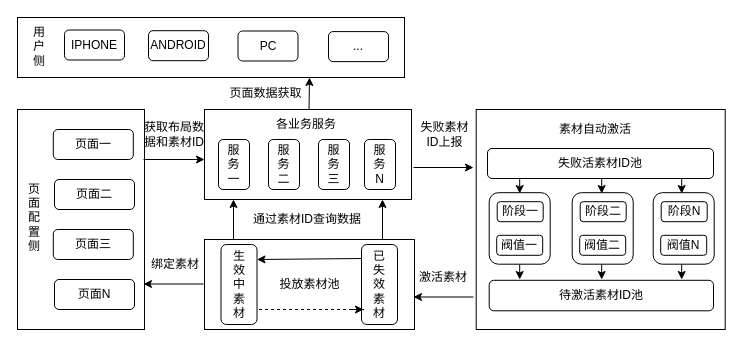
Earlier version of the draw.io diagram page "第 2 页" (2 of 3) of 自动激活方案.drawio (wushenchao/dro). Source tidied: cells renumbered, new cells numbered last; positions are measured from the earlier drawing's top-left corner, leaving out a move shared by most shapes. Both pictures are drawn from the tidied source at 100%, with x=0, y=0 at pixel (17, 17).
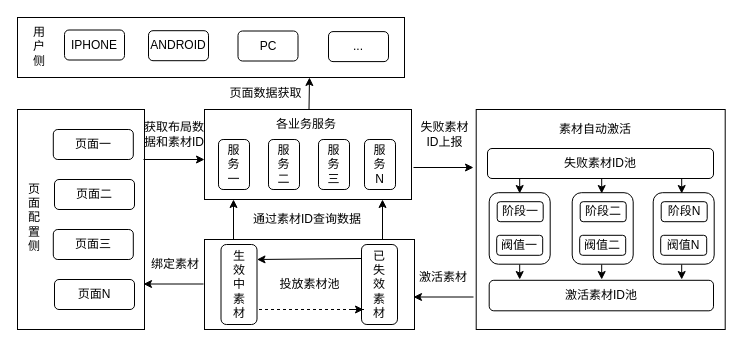
Above is the later version.

What changed in the source:
```diff
@@
-    <mxCell id="37" value="待激活素材ID池" style="rounded=1;whiteSpace=wrap;html=1;" parent="1" vertex="1">
+    <mxCell id="37" value="激活素材ID池" style="rounded=1;whiteSpace=wrap;html=1;" parent="1" vertex="1">
       <mxGeometry x="471.7" y="262.8" width="224.3" height="30.5" as="geometry" />
     </mxCell>
-    <mxCell id="38" value="失败活素材ID池" style="rounded=1;whiteSpace=wrap;html=1;" parent="1" vertex="1">
+    <mxCell id="38" value="失败素材ID池" style="rounded=1;whiteSpace=wrap;html=1;" parent="1" vertex="1">
       <mxGeometry x="470" y="131" width="226" height="30" as="geometry" />
     </mxCell>
```
